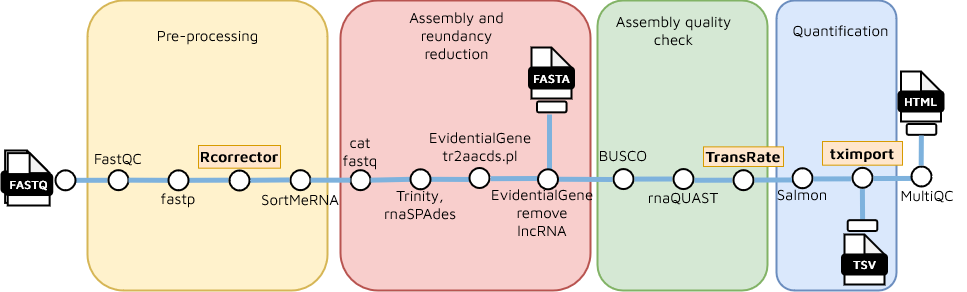
The draw.io diagram docs/images/nf-core-pipeline-proposal.drawio.png in avani-bhojwani/TransFuse, before a commit. Source tidied: cells renumbered, new cells last; positions are measured from the earlier drawing's top-left corner, leaving out a move shared by most shapes.
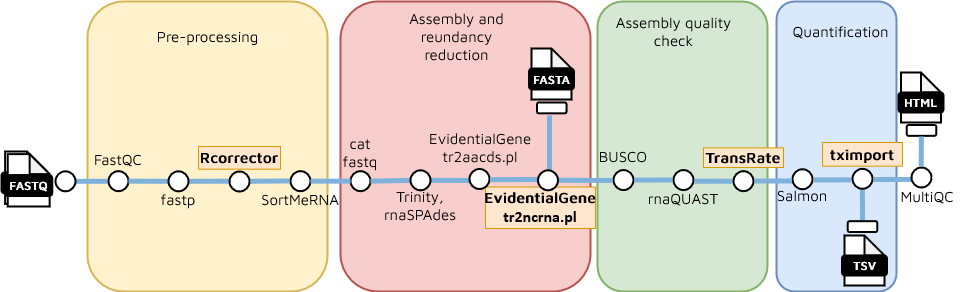
Later version of the same file.

What changed in the source:
```diff
@@ -189,8 +189,8 @@
         <mxPoint x="282" y="65" as="targetPoint" />
       </mxGeometry>
     </mxCell>
-    <mxCell id="56" value="&lt;div style=&quot;font-size: 15px;&quot;&gt;&lt;font style=&quot;font-size: 15px;&quot;&gt;EvidentialGene remove lncRNA&lt;/font&gt;&lt;br style=&quot;font-size: 15px;&quot;&gt;&lt;/div&gt;" style="text;html=1;strokeColor=none;fillColor=none;align=center;verticalAlign=middle;whiteSpace=wrap;rounded=0;fontFamily=Maven Pro;fontSource=https%3A%2F%2Ffonts.googleapis.com%2Fcss%3Ffamily%3DMaven%2BPro;fontSize=15;fontColor=#000000;" parent="53" vertex="1">
-      <mxGeometry x="171.5" y="68.5" width="80" height="59.7" as="geometry" />
+    <mxCell id="56" value="&lt;div style=&quot;font-size: 15px;&quot;&gt;&lt;font style=&quot;font-size: 15px;&quot;&gt;EvidentialGene &lt;/font&gt;&lt;span style=&quot;color:black;font-size:12pt;font-family:Aptos,Aptos_EmbeddedFont,Aptos_MSFontService,Calibri,Helvetica,sans-serif;&quot;&gt;tr2ncrna.pl&lt;/span&gt;&lt;/div&gt;" style="text;html=1;strokeColor=#d79b00;fillColor=#ffe6cc;align=center;verticalAlign=middle;whiteSpace=wrap;rounded=0;fontFamily=Maven Pro;fontSource=https%3A%2F%2Ffonts.googleapis.com%2Fcss%3Ffamily%3DMaven%2BPro;fontSize=15;fontStyle=1;" parent="53" vertex="1">
+      <mxGeometry x="155" y="71.5" width="110" height="41.5" as="geometry" />
     </mxCell>
     <mxCell id="57" style="endArrow=none;html=1;rounded=1;strokeWidth=5;strokeColor=#7EB2DD;fontColor=#000000;exitX=0.575;exitY=0.06;exitDx=0;exitDy=0;exitPerimeter=0;" parent="53" edge="1" source="66">
       <mxGeometry relative="1" as="geometry">
```
